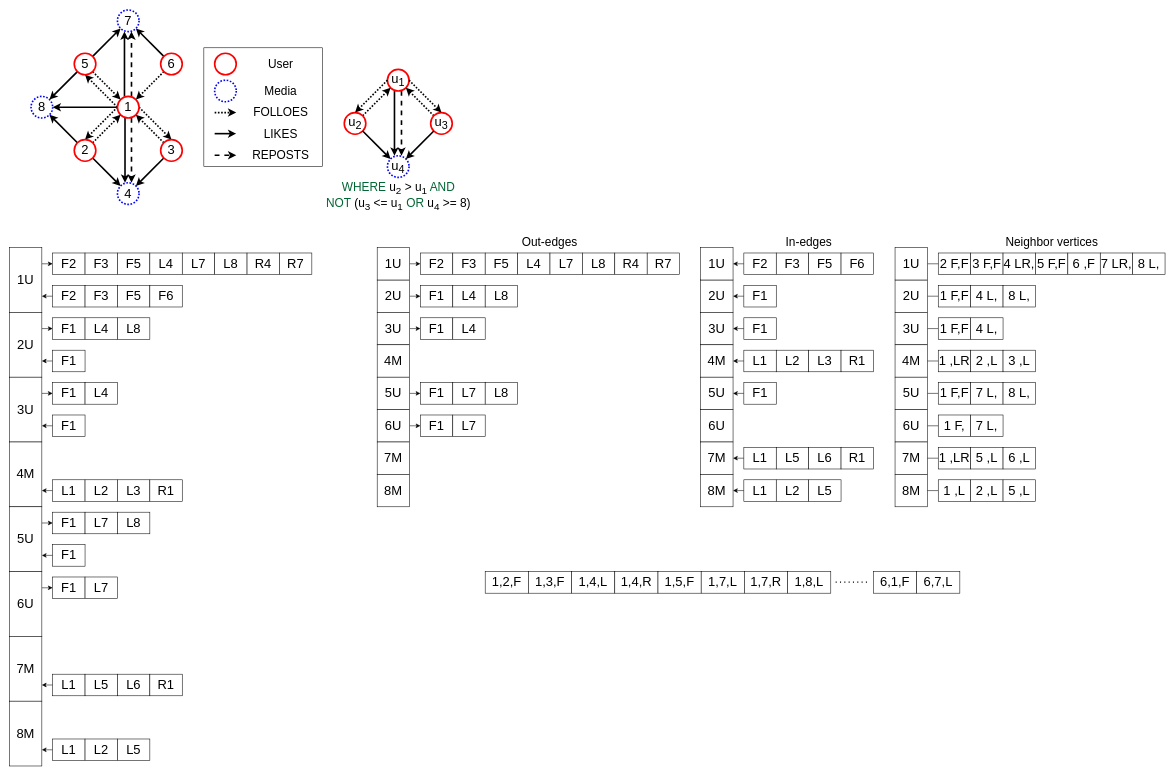
This is fast/img/running_example.drawio from E-Neo/opgm-paper, a draw.io file, before an edit. Source tidied: cells renumbered, new cells numbered last; positions are measured from the earlier drawing's top-left corner, leaving out a move shared by most shapes. Both pictures are drawn from the tidied source at 54%, with x=0, y=0 at pixel (9, 10).
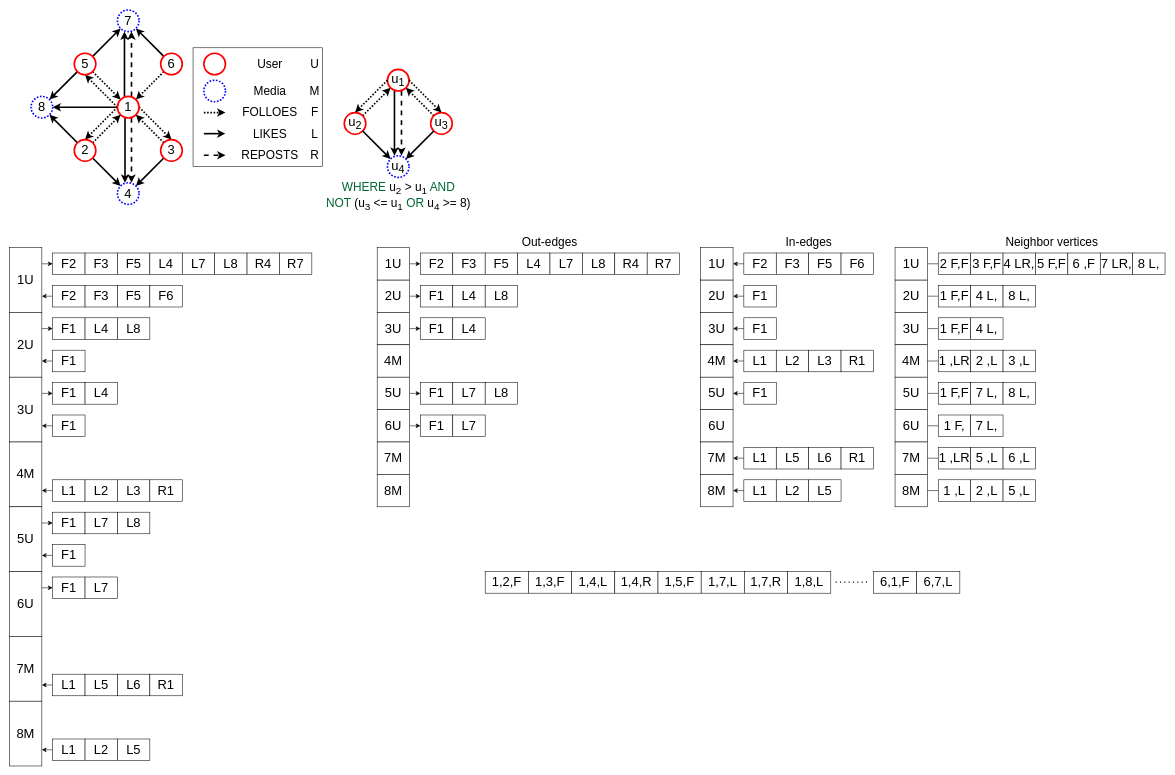
Above is the later version.

The change refers to these unchanged cells:
```xml
<mxCell id="28" style="group;" parent="1" vertex="1">
  <mxGeometry x="470" y="110" width="500" height="260" as="geometry" />
</mxCell>
```

The edit, as a diff of the source:
```diff
@@
+    <mxCell id="229" value="&lt;font style=&quot;font-size: 22px&quot;&gt;F&lt;/font&gt;" style="text;html=1;align=center;verticalAlign=middle;strokeColor=none;" parent="28" vertex="1">
+      <mxGeometry x="80" y="70" width="30" height="20" as="geometry" />
+    </mxCell>
+    <mxCell id="230" value="&lt;font style=&quot;font-size: 22px&quot;&gt;R&lt;/font&gt;" style="text;html=1;align=center;verticalAlign=middle;strokeColor=none;" parent="28" vertex="1">
+      <mxGeometry x="80" y="150" width="30" height="20" as="geometry" />
+    </mxCell>
     <mxCell id="42" style="rounded=0;whiteSpace=wrap;html=1;fillColor=none;" parent="1" vertex="1">
-      <mxGeometry x="360" y="70" width="220" height="220" as="geometry" />
+      <mxGeometry x="340" y="70" width="240" height="220" as="geometry" />
     </mxCell>
     <mxCell id="43" style="ellipse;whiteSpace=wrap;html=1;strokeColor=#FF0000;strokeWidth=3;" parent="1" vertex="1">
-      <mxGeometry x="380" y="80" width="40" height="40" as="geometry" />
+      <mxGeometry x="360" y="80" width="40" height="40" as="geometry" />
     </mxCell>
     <mxCell id="44" style="ellipse;whiteSpace=wrap;html=1;strokeColor=#0000FF;strokeWidth=3;dashed=1;dashPattern=1 1;" parent="1" vertex="1">
-      <mxGeometry x="380" y="130" width="40" height="40" as="geometry" />
+      <mxGeometry x="360" y="130" width="40" height="40" as="geometry" />
     </mxCell>
     <mxCell id="45" style="edgeStyle=none;rounded=0;orthogonalLoop=1;jettySize=auto;html=1;exitX=1;exitY=0.5;exitDx=0;exitDy=0;strokeWidth=3;dashed=1;dashPattern=1 1;" parent="1" edge="1">
-      <mxGeometry x="360" y="70" as="geometry">
-        <mxPoint x="380" y="190" as="sourcePoint" />
-        <mxPoint x="420" y="190" as="targetPoint" />
+      <mxGeometry x="340" y="70" as="geometry">
+        <mxPoint x="360" y="190" as="sourcePoint" />
+        <mxPoint x="400" y="190" as="targetPoint" />
       </mxGeometry>
     </mxCell>
     <mxCell id="46" style="edgeStyle=none;rounded=0;orthogonalLoop=1;jettySize=auto;html=1;exitX=1;exitY=0.5;exitDx=0;exitDy=0;strokeWidth=3;" parent="1" edge="1">
-      <mxGeometry x="360" y="70" as="geometry">
-        <mxPoint x="380" y="229" as="sourcePoint" />
-        <mxPoint x="420" y="229" as="targetPoint" />
+      <mxGeometry x="340" y="70" as="geometry">
+        <mxPoint x="360" y="229" as="sourcePoint" />
+        <mxPoint x="400" y="229" as="targetPoint" />
       </mxGeometry>
     </mxCell>
     <mxCell id="47" style="edgeStyle=none;rounded=0;orthogonalLoop=1;jettySize=auto;html=1;exitX=1;exitY=0.5;exitDx=0;exitDy=0;strokeWidth=3;dashed=1;" parent="1" edge="1">
-      <mxGeometry x="360" y="70" as="geometry">
-        <mxPoint x="380" y="269" as="sourcePoint" />
-        <mxPoint x="420" y="269" as="targetPoint" />
+      <mxGeometry x="340" y="70" as="geometry">
+        <mxPoint x="360" y="269" as="sourcePoint" />
+        <mxPoint x="400" y="269" as="targetPoint" />
       </mxGeometry>
     </mxCell>
     <mxCell id="48" value="&lt;font style=&quot;font-size: 22px&quot;&gt;User&lt;/font&gt;" style="text;html=1;align=center;verticalAlign=middle;strokeColor=none;" parent="1" vertex="1">
-      <mxGeometry x="472" y="90" width="60" height="20" as="geometry" />
+      <mxGeometry x="452" y="90" width="60" height="20" as="geometry" />
     </mxCell>
     <mxCell id="49" value="&lt;font style=&quot;font-size: 22px&quot;&gt;Media&lt;/font&gt;" style="text;html=1;align=center;verticalAlign=middle;strokeColor=none;" parent="1" vertex="1">
-      <mxGeometry x="462" y="140" width="80" height="20" as="geometry" />
+      <mxGeometry x="442" y="140" width="80" height="20" as="geometry" />
     </mxCell>
     <mxCell id="50" value="&lt;font style=&quot;font-size: 22px&quot;&gt;FOLLOES&lt;/font&gt;" style="text;html=1;align=center;verticalAlign=middle;strokeColor=none;" parent="1" vertex="1">
-      <mxGeometry x="442" y="180" width="120" height="20" as="geometry" />
+      <mxGeometry x="422" y="180" width="120" height="20" as="geometry" />
     </mxCell>
     <mxCell id="51" value="&lt;font style=&quot;font-size: 22px&quot;&gt;LIKES&lt;/font&gt;" style="text;html=1;align=center;verticalAlign=middle;strokeColor=none;" parent="1" vertex="1">
-      <mxGeometry x="462" y="220" width="80" height="20" as="geometry" />
+      <mxGeometry x="442" y="220" width="80" height="20" as="geometry" />
     </mxCell>
     <mxCell id="52" value="&lt;font style=&quot;font-size: 22px&quot;&gt;REPOSTS&lt;/font&gt;" style="text;html=1;align=center;verticalAlign=middle;strokeColor=none;" parent="1" vertex="1">
-      <mxGeometry x="442" y="260" width="120" height="20" as="geometry" />
+      <mxGeometry x="422" y="260" width="120" height="20" as="geometry" />
     </mxCell>
@@
+    <mxCell id="231" value="&lt;font style=&quot;font-size: 22px&quot;&gt;U&lt;/font&gt;" style="text;html=1;align=center;verticalAlign=middle;strokeColor=none;" parent="1" vertex="1">
+      <mxGeometry x="550" y="90" width="30" height="20" as="geometry" />
+    </mxCell>
+    <mxCell id="232" value="&lt;font style=&quot;font-size: 22px&quot;&gt;M&lt;/font&gt;" style="text;html=1;align=center;verticalAlign=middle;strokeColor=none;" parent="1" vertex="1">
+      <mxGeometry x="550" y="135" width="30" height="30" as="geometry" />
+    </mxCell>
+    <mxCell id="233" value="&lt;font style=&quot;font-size: 22px&quot;&gt;L&lt;/font&gt;" style="text;html=1;align=center;verticalAlign=middle;strokeColor=none;" parent="1" vertex="1">
+      <mxGeometry x="550" y="220" width="30" height="20" as="geometry" />
+    </mxCell>
```
